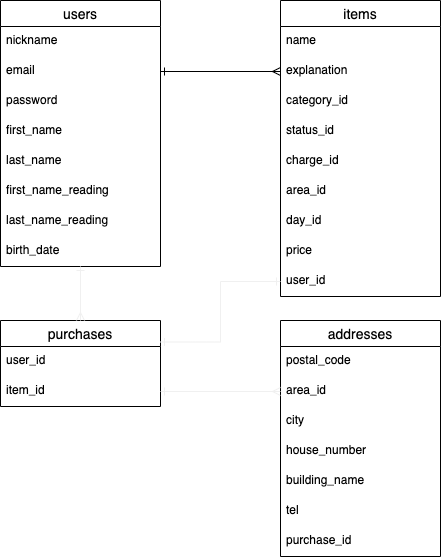
The draw.io diagram config/furima35541.drawio.png in ma-sensei-web/furima-35541, before a commit. Source tidied: cells renumbered, new cells last; positions are measured from the earlier drawing's top-left corner, leaving out a move shared by most shapes.
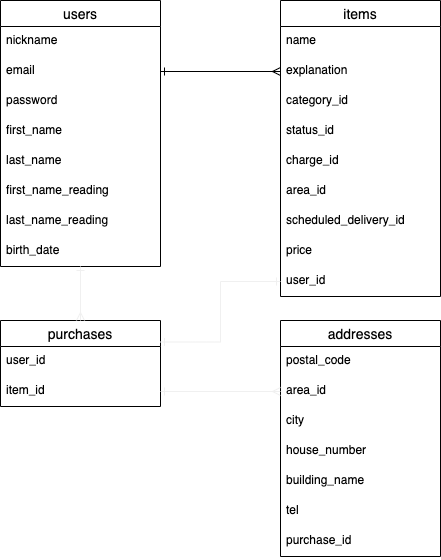
After the change.

What changed in the source:
```diff
@@ -50,7 +50,7 @@
     <mxCell id="17" value="area_id" style="text;strokeColor=none;fillColor=none;spacingLeft=4;spacingRight=4;overflow=hidden;fontSize=12;" parent="11" vertex="1">
       <mxGeometry y="176" width="160" height="30" as="geometry" />
     </mxCell>
-    <mxCell id="18" value="day_id" style="text;strokeColor=none;fillColor=none;spacingLeft=4;spacingRight=4;overflow=hidden;fontSize=12;" parent="11" vertex="1">
+    <mxCell id="18" value="scheduled_delivery_id" style="text;strokeColor=none;fillColor=none;spacingLeft=4;spacingRight=4;overflow=hidden;fontSize=12;" parent="11" vertex="1">
       <mxGeometry y="206" width="160" height="30" as="geometry" />
     </mxCell>
     <mxCell id="19" value="price" style="text;strokeColor=none;fillColor=none;spacingLeft=4;spacingRight=4;overflow=hidden;fontSize=12;" parent="11" vertex="1">
```
